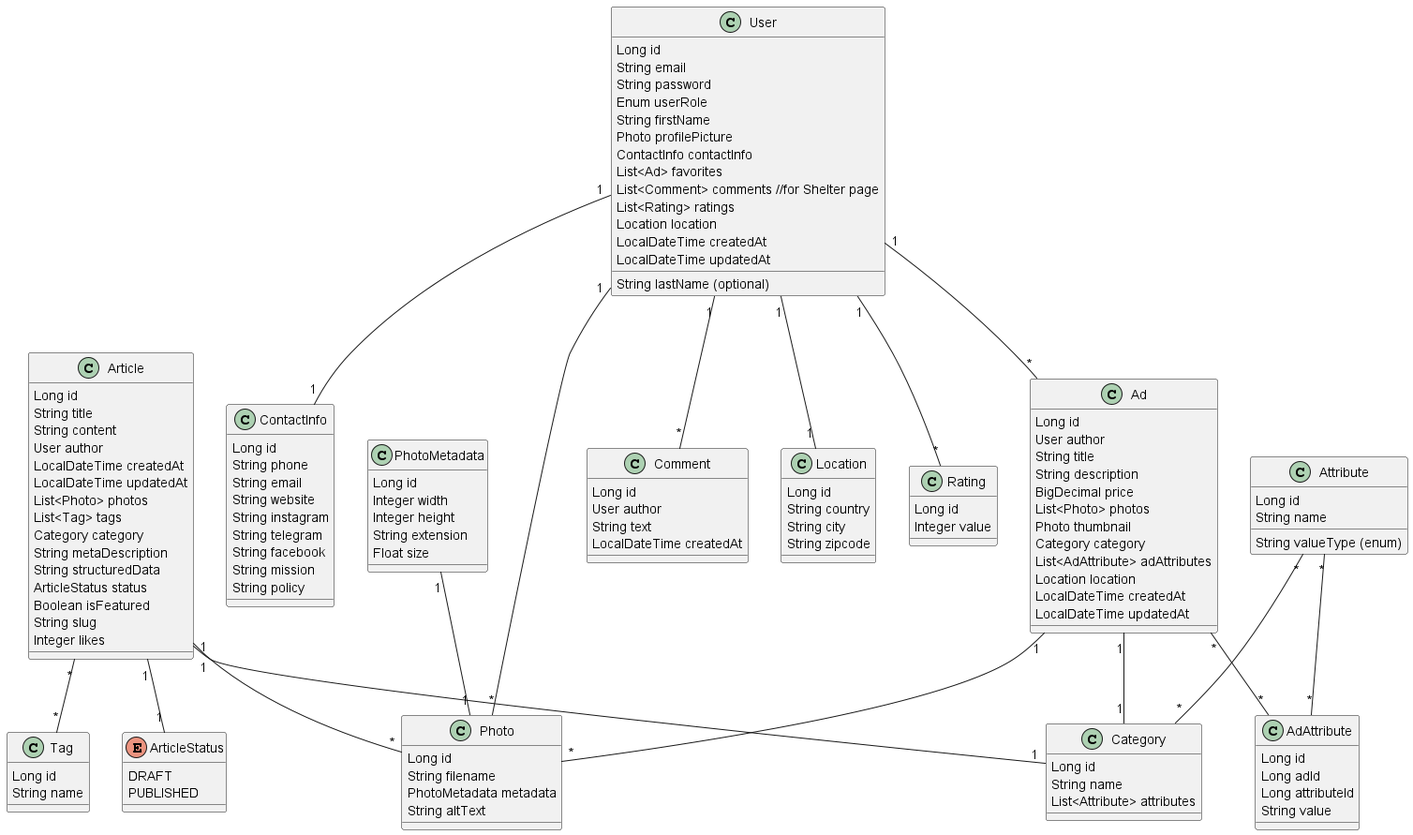
Above: docs/news-feature/article-class-diagram/article-class-diagram.png in OleksandrProkopenkoDev/marketplace (PlantUML), before the change.
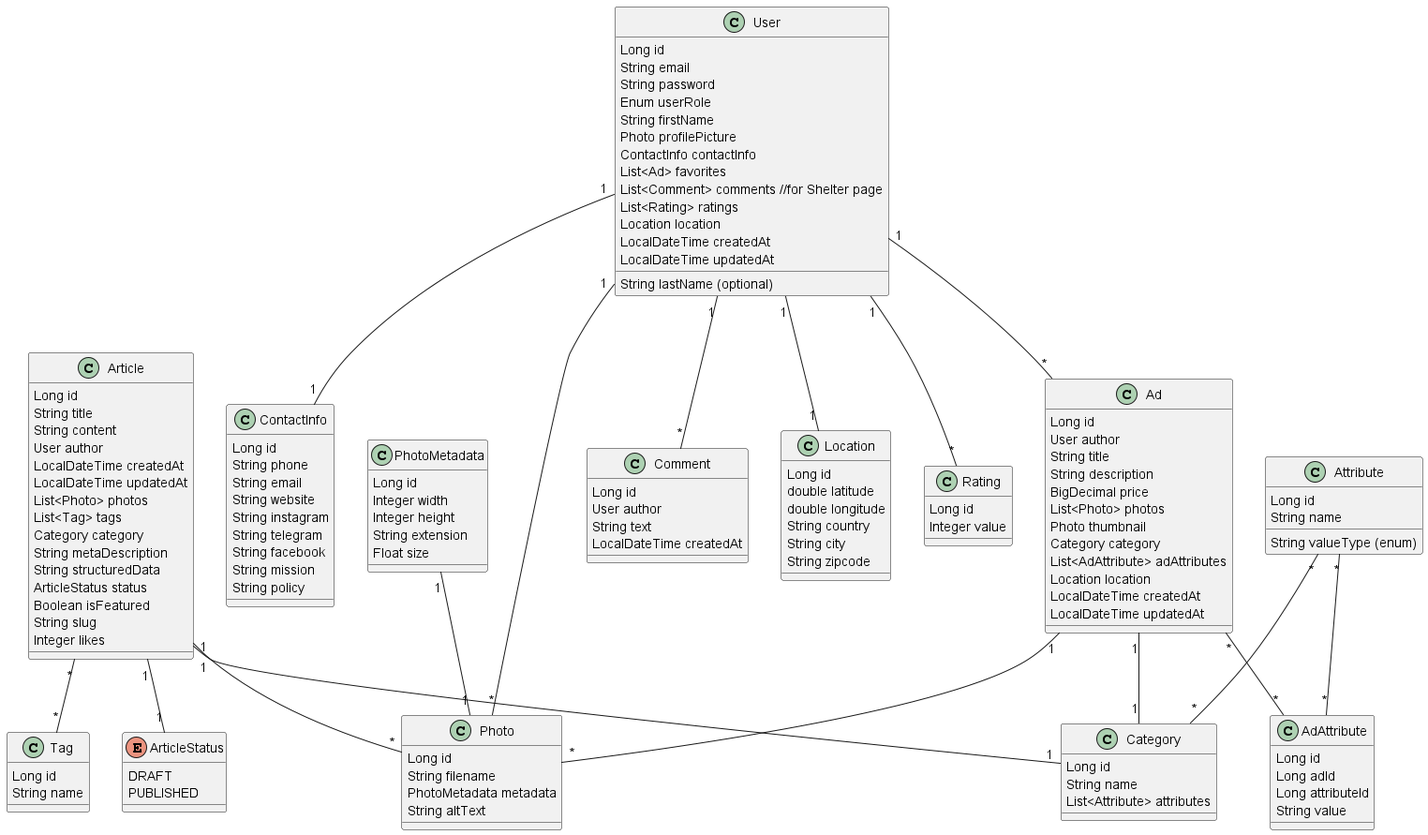
The same diagram one commit later.

What changed in the source:
```diff
@@ -32,6 +32,8 @@
 
 class Location {
   Long id
+  double latitude
+  double longitude
   String country
   String city
   String zipcode
```
